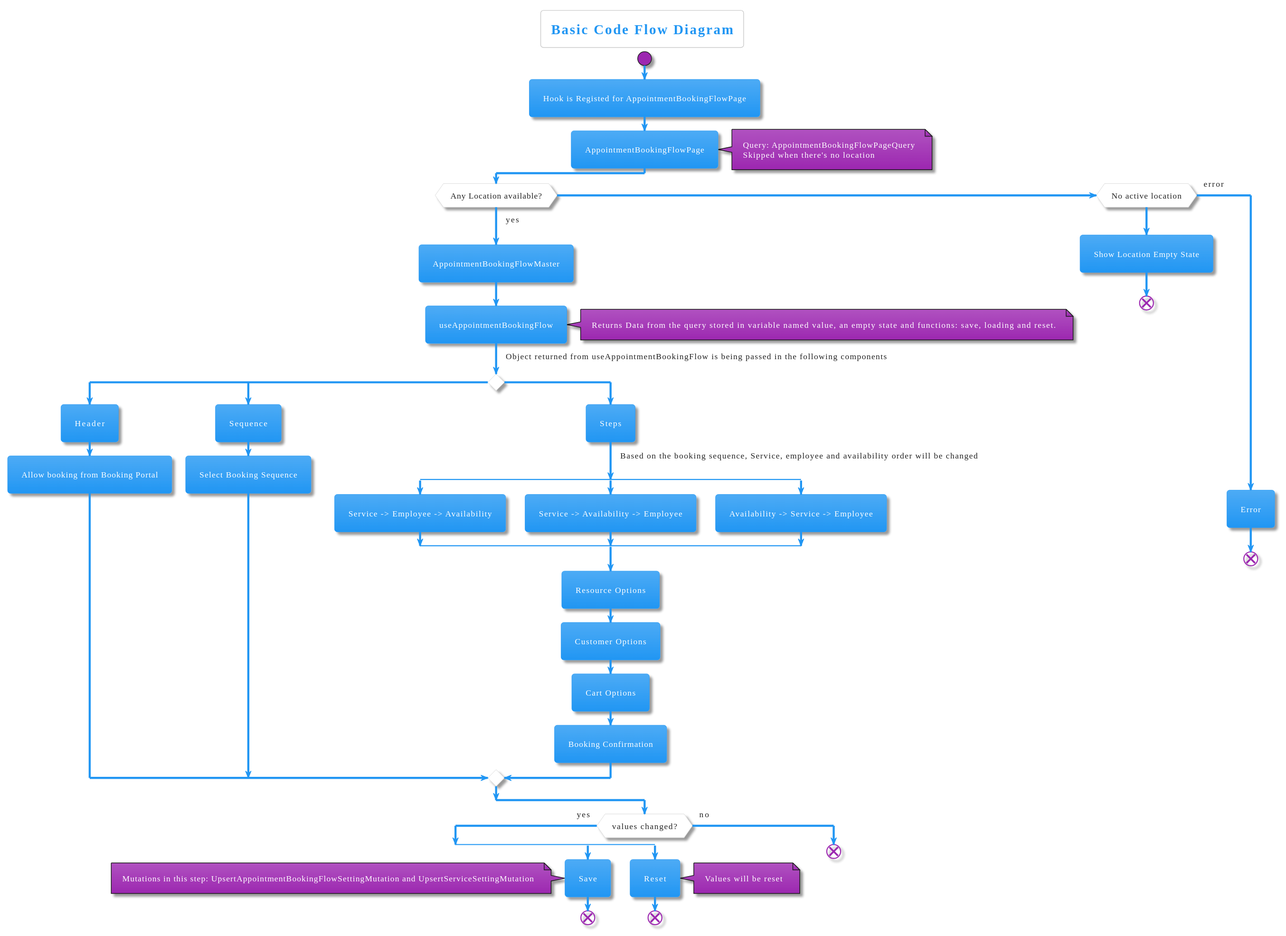
Before: out/codeFlowDiagram/Code Flow Diagram.svg, a diagram exported from PlantUML (nakul-sharma-at-appointy/customer-booking-flow-diagrams).
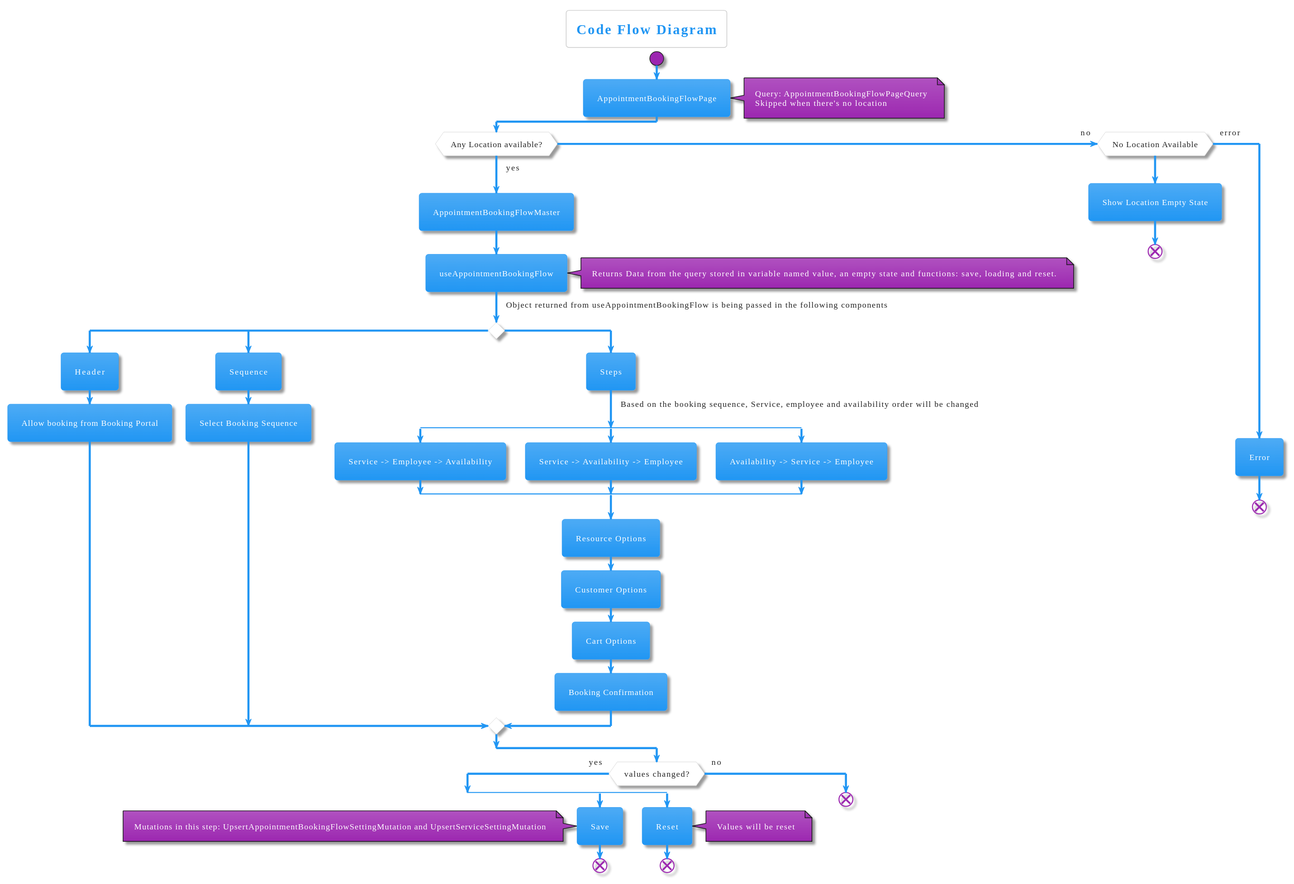
After the change.

The edit, as a diff of the source:
```diff
@@ -2,11 +2,9 @@
 
 !include https://raw.githubusercontent.com/bschwarz/puml-themes/master/themes/materia/puml-theme-materia.puml
 
-title Basic Code Flow Diagram
+title Code Flow Diagram
 
 start
-
-:Hook is Registed for AppointmentBookingFlowPage;
 
 :AppointmentBookingFlowPage;
 
@@ -53,7 +51,7 @@
 
 endswitch
 
-elseif (No active location)
+(no)elseif (No Location Available)
 :Show Location Empty State;
 end
 
```
